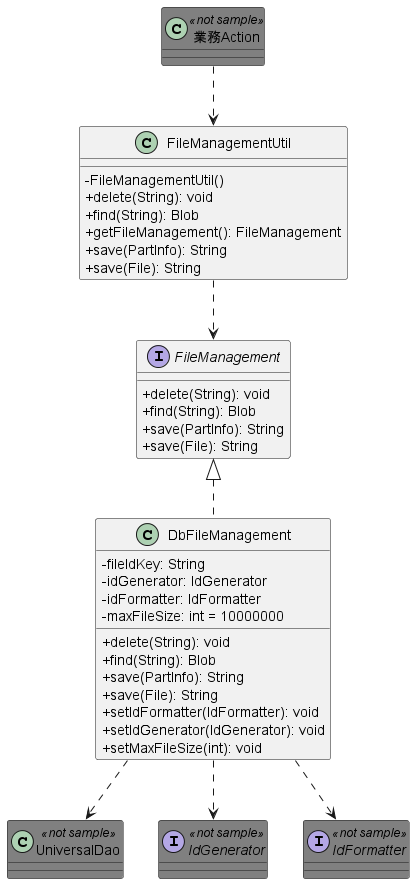
Earlier version of the PlantUML export ja/examples/05/_images/DbFileManagement_classdiagram.png (nablarch/nablarch-document).
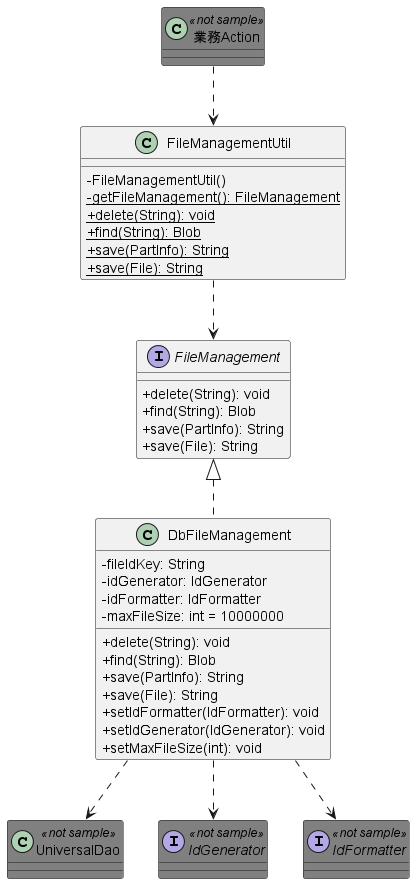
The same diagram one commit later.

Commit message:
FileManagementUtilのUMLを修正しました。

Diff of the diagram source:
```diff
@@ -9,11 +9,11 @@
 class 業務Action <<not sample>>
 class FileManagementUtil {
     - FileManagementUtil()
-    + delete(String): void
-    + find(String): Blob
-    + getFileManagement(): FileManagement
-    + save(PartInfo): String
-    + save(File): String
+    - {static} getFileManagement(): FileManagement
+    + {static} delete(String): void
+    + {static} find(String): Blob
+    + {static} save(PartInfo): String
+    + {static} save(File): String
 }
 
 業務Action ..> FileManagementUtil
```
